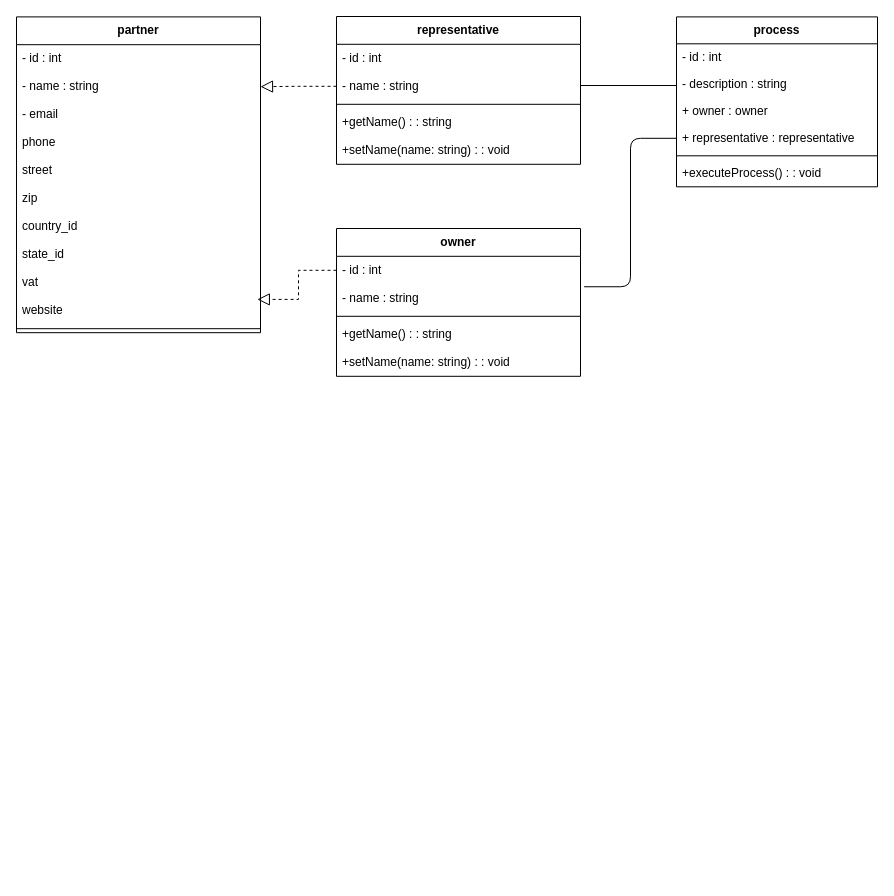
Before: ICS-Desoft.drawio in dayron-peeta/website_process_ics, a draw.io diagram. Source tidied: cells renumbered, new cells numbered last; positions are measured from the earlier drawing's top-left corner, leaving out a move shared by most shapes. Both pictures are drawn from the tidied source at 100%, with x=0, y=0 at pixel (16, 16).
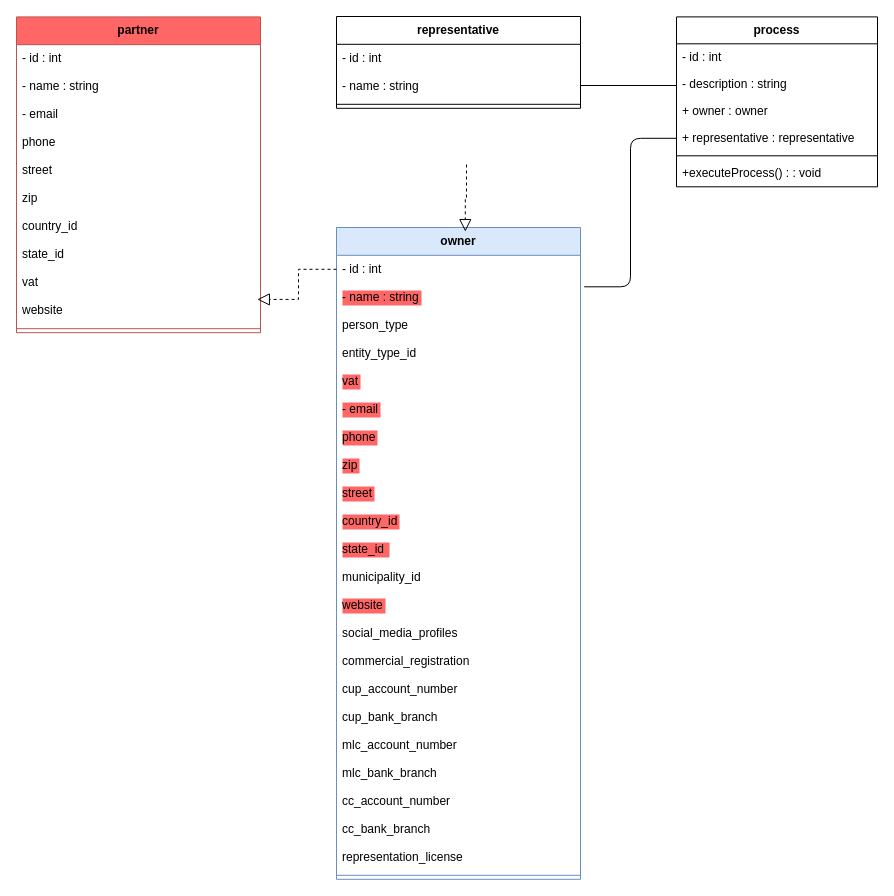
The same page after the edit.

The change refers to these unchanged cells:
```xml
<mxCell id="4" value="- name : string" style="text;strokeColor=none;fillColor=none;align=left;verticalAlign=top;spacingLeft=4;spacingRight=4;overflow=hidden;points=[[0,0.5],[1,0.5]];portConstraint=eastwest;" parent="2" vertex="1">
  <mxGeometry y="55.8" width="244" height="28" as="geometry" />
</mxCell>
<mxCell id="16" value="- name : string" style="text;strokeColor=none;fillColor=none;align=left;verticalAlign=top;spacingLeft=4;spacingRight=4;overflow=hidden;points=[[0,0.5],[1,0.5]];portConstraint=eastwest;" parent="14" vertex="1">
  <mxGeometry y="55.8" width="244" height="28" as="geometry" />
</mxCell>
<mxCell id="31" value="+ representative : representative" style="text;strokeColor=none;fillColor=none;align=left;verticalAlign=top;spacingLeft=4;spacingRight=4;overflow=hidden;points=[[0,0.5],[1,0.5]];portConstraint=eastwest;" parent="27" vertex="1">
  <mxGeometry y="107.9" width="201" height="27" as="geometry" />
</mxCell>
```

The edit, as a diff of the source:
```diff
@@
     <mxCell id="2" value="representative" style="swimlane;fontStyle=1;align=center;verticalAlign=top;horizontal=1;startSize=27.8;" parent="1" vertex="1">
-      <mxGeometry x="320" width="244" height="147.8" as="geometry" />
+      <mxGeometry x="320" width="244" height="91.8" as="geometry" />
     </mxCell>
@@
-    <mxCell id="6" value="+getName() : : string" style="text;strokeColor=none;fillColor=none;align=left;verticalAlign=top;spacingLeft=4;spacingRight=4;overflow=hidden;" parent="2" vertex="1">
-      <mxGeometry y="91.8" width="244" height="28" as="geometry" />
-    </mxCell>
-    <mxCell id="7" value="+setName(name: string) : : void" style="text;strokeColor=none;fillColor=none;align=left;verticalAlign=top;spacingLeft=4;spacingRight=4;overflow=hidden;" parent="2" vertex="1">
-      <mxGeometry y="119.8" width="244" height="28" as="geometry" />
-    </mxCell>
-    <mxCell id="8" value="owner" style="swimlane;fontStyle=1;align=center;verticalAlign=top;horizontal=1;startSize=27.8;" parent="1" vertex="1">
-      <mxGeometry x="320" y="212" width="244" height="147.8" as="geometry" />
+    <mxCell id="8" value="owner" style="swimlane;fontStyle=1;align=center;verticalAlign=top;horizontal=1;startSize=27.8;fillColor=#dae8fc;strokeColor=#6c8ebf;" parent="1" vertex="1">
+      <mxGeometry x="320" y="211" width="244" height="651.8" as="geometry" />
     </mxCell>
@@
-    <mxCell id="10" value="- name : string" style="text;strokeColor=none;fillColor=none;align=left;verticalAlign=top;spacingLeft=4;spacingRight=4;overflow=hidden;points=[[0,0.5],[1,0.5]];portConstraint=eastwest;" parent="8" vertex="1">
+    <mxCell id="10" value="- name : string" style="text;strokeColor=none;fillColor=none;align=left;verticalAlign=top;spacingLeft=4;spacingRight=4;overflow=hidden;points=[[0,0.5],[1,0.5]];portConstraint=eastwest;fontColor=#000000;labelBackgroundColor=#FF6666;" parent="8" vertex="1">
       <mxGeometry y="55.8" width="244" height="28" as="geometry" />
     </mxCell>
+    <mxCell id="37" value="person_type" style="text;strokeColor=none;fillColor=none;align=left;verticalAlign=top;spacingLeft=4;spacingRight=4;overflow=hidden;" parent="8" vertex="1">
+      <mxGeometry y="83.8" width="244" height="28" as="geometry" />
+    </mxCell>
+    <mxCell id="38" value="entity_type_id" style="text;strokeColor=none;fillColor=none;align=left;verticalAlign=top;spacingLeft=4;spacingRight=4;overflow=hidden;" parent="8" vertex="1">
+      <mxGeometry y="111.8" width="244" height="28" as="geometry" />
+    </mxCell>
+    <mxCell id="39" value="vat" style="text;strokeColor=none;fillColor=none;align=left;verticalAlign=top;spacingLeft=4;spacingRight=4;overflow=hidden;fontColor=#000000;labelBackgroundColor=#FF6666;" parent="8" vertex="1">
+      <mxGeometry y="139.8" width="244" height="28" as="geometry" />
+    </mxCell>
+    <mxCell id="40" value="- email" style="text;strokeColor=none;fillColor=none;align=left;verticalAlign=top;spacingLeft=4;spacingRight=4;overflow=hidden;fontColor=#000000;labelBackgroundColor=#FF6666;" parent="8" vertex="1">
+      <mxGeometry y="167.8" width="244" height="28" as="geometry" />
+    </mxCell>
+    <mxCell id="41" value="phone" style="text;strokeColor=none;fillColor=none;align=left;verticalAlign=top;spacingLeft=4;spacingRight=4;overflow=hidden;fontColor=#000000;labelBackgroundColor=#ff6666;" parent="8" vertex="1">
+      <mxGeometry y="195.8" width="244" height="28" as="geometry" />
+    </mxCell>
+    <mxCell id="42" value="zip" style="text;strokeColor=none;fillColor=none;align=left;verticalAlign=top;spacingLeft=4;spacingRight=4;overflow=hidden;fontColor=#000000;labelBackgroundColor=#FF6666;" parent="8" vertex="1">
+      <mxGeometry y="223.8" width="244" height="28" as="geometry" />
+    </mxCell>
+    <mxCell id="43" value="street" style="text;strokeColor=none;fillColor=none;align=left;verticalAlign=top;spacingLeft=4;spacingRight=4;overflow=hidden;fontColor=#000000;labelBackgroundColor=#ff6666;" parent="8" vertex="1">
+      <mxGeometry y="251.8" width="244" height="28" as="geometry" />
+    </mxCell>
+    <mxCell id="44" value="country_id" style="text;strokeColor=none;fillColor=none;align=left;verticalAlign=top;spacingLeft=4;spacingRight=4;overflow=hidden;fontColor=#000000;labelBackgroundColor=#FF6666;" parent="8" vertex="1">
+      <mxGeometry y="279.8" width="244" height="28" as="geometry" />
+    </mxCell>
+    <mxCell id="45" value="state_id " style="text;strokeColor=none;fillColor=none;align=left;verticalAlign=top;spacingLeft=4;spacingRight=4;overflow=hidden;fontColor=#000000;labelBackgroundColor=#FF6666;" parent="8" vertex="1">
+      <mxGeometry y="307.8" width="244" height="28" as="geometry" />
+    </mxCell>
+    <mxCell id="46" value="municipality_id" style="text;strokeColor=none;fillColor=none;align=left;verticalAlign=top;spacingLeft=4;spacingRight=4;overflow=hidden;" parent="8" vertex="1">
+      <mxGeometry y="335.8" width="244" height="28" as="geometry" />
+    </mxCell>
+    <mxCell id="47" value="website" style="text;strokeColor=none;fillColor=none;align=left;verticalAlign=top;spacingLeft=4;spacingRight=4;overflow=hidden;fontColor=#000000;labelBackgroundColor=#FF6666;glass=0;" parent="8" vertex="1">
+      <mxGeometry y="363.8" width="244" height="28" as="geometry" />
+    </mxCell>
+    <mxCell id="48" value="social_media_profiles" style="text;strokeColor=none;fillColor=none;align=left;verticalAlign=top;spacingLeft=4;spacingRight=4;overflow=hidden;" parent="8" vertex="1">
+      <mxGeometry y="391.8" width="244" height="28" as="geometry" />
+    </mxCell>
+    <mxCell id="49" value="commercial_registration" style="text;strokeColor=none;fillColor=none;align=left;verticalAlign=top;spacingLeft=4;spacingRight=4;overflow=hidden;" parent="8" vertex="1">
+      <mxGeometry y="419.8" width="244" height="28" as="geometry" />
+    </mxCell>
+    <mxCell id="50" value="cup_account_number" style="text;strokeColor=none;fillColor=none;align=left;verticalAlign=top;spacingLeft=4;spacingRight=4;overflow=hidden;" parent="8" vertex="1">
+      <mxGeometry y="447.8" width="244" height="28" as="geometry" />
+    </mxCell>
+    <mxCell id="51" value="cup_bank_branch" style="text;strokeColor=none;fillColor=none;align=left;verticalAlign=top;spacingLeft=4;spacingRight=4;overflow=hidden;" parent="8" vertex="1">
+      <mxGeometry y="475.8" width="244" height="28" as="geometry" />
+    </mxCell>
+    <mxCell id="52" value="mlc_account_number" style="text;strokeColor=none;fillColor=none;align=left;verticalAlign=top;spacingLeft=4;spacingRight=4;overflow=hidden;" parent="8" vertex="1">
+      <mxGeometry y="503.8" width="244" height="28" as="geometry" />
+    </mxCell>
+    <mxCell id="53" value="mlc_bank_branch" style="text;strokeColor=none;fillColor=none;align=left;verticalAlign=top;spacingLeft=4;spacingRight=4;overflow=hidden;" parent="8" vertex="1">
+      <mxGeometry y="531.8" width="244" height="28" as="geometry" />
+    </mxCell>
+    <mxCell id="54" value="cc_account_number" style="text;strokeColor=none;fillColor=none;align=left;verticalAlign=top;spacingLeft=4;spacingRight=4;overflow=hidden;" parent="8" vertex="1">
+      <mxGeometry y="559.8" width="244" height="28" as="geometry" />
+    </mxCell>
+    <mxCell id="55" value="cc_bank_branch" style="text;strokeColor=none;fillColor=none;align=left;verticalAlign=top;spacingLeft=4;spacingRight=4;overflow=hidden;" parent="8" vertex="1">
+      <mxGeometry y="587.8" width="244" height="28" as="geometry" />
+    </mxCell>
+    <mxCell id="56" value="representation_license" style="text;strokeColor=none;fillColor=none;align=left;verticalAlign=top;spacingLeft=4;spacingRight=4;overflow=hidden;" parent="8" vertex="1">
+      <mxGeometry y="615.8" width="244" height="28" as="geometry" />
+    </mxCell>
     <mxCell id="11" style="line;strokeWidth=1;fillColor=none;align=left;verticalAlign=middle;spacingTop=-1;spacingLeft=3;spacingRight=3;labelPosition=right;strokeColor=inherit;" parent="8" vertex="1">
-      <mxGeometry y="83.8" width="244" height="8" as="geometry" />
+      <mxGeometry y="643.8" width="244" height="8" as="geometry" />
     </mxCell>
-    <mxCell id="12" value="+getName() : : string" style="text;strokeColor=none;fillColor=none;align=left;verticalAlign=top;spacingLeft=4;spacingRight=4;overflow=hidden;" parent="8" vertex="1">
-      <mxGeometry y="91.8" width="244" height="28" as="geometry" />
-    </mxCell>
-    <mxCell id="13" value="+setName(name: string) : : void" style="text;strokeColor=none;fillColor=none;align=left;verticalAlign=top;spacingLeft=4;spacingRight=4;overflow=hidden;" parent="8" vertex="1">
-      <mxGeometry y="119.8" width="244" height="28" as="geometry" />
-    </mxCell>
-    <mxCell id="14" value="partner" style="swimlane;fontStyle=1;align=center;verticalAlign=top;horizontal=1;startSize=27.8;strokeColor=#000000;" parent="1" vertex="1">
+    <mxCell id="14" value="partner" style="swimlane;fontStyle=1;align=center;verticalAlign=top;horizontal=1;startSize=27.8;strokeColor=#b85450;fillColor=#FF6666;" parent="1" vertex="1">
       <mxGeometry y="0.4" width="244" height="315.8" as="geometry" />
     </mxCell>
@@
-    <mxCell id="34" style="startArrow=none;endArrow=none;exitX=0;exitY=0.5;entryX=1.015;entryY=0.088;exitDx=0;exitDy=0;entryDx=0;entryDy=0;entryPerimeter=0;edgeStyle=elbowEdgeStyle;rounded=1;curved=0;" parent="1" edge="1" source="31" target="10">
-      <mxGeometry relative="1" as="geometry" />
+    <mxCell id="34" style="startArrow=none;endArrow=none;exitX=0;exitY=0.5;entryX=1.015;entryY=0.088;exitDx=0;exitDy=0;entryDx=0;entryDy=0;entryPerimeter=0;edgeStyle=elbowEdgeStyle;rounded=1;curved=0;" parent="1" edge="1" source="31">
+      <mxGeometry relative="1" as="geometry">
+        <mxPoint x="567.7" y="270.3" as="targetPoint" />
+      </mxGeometry>
     </mxCell>
-    <mxCell id="35" style="edgeStyle=orthogonalEdgeStyle;rounded=0;jettySize=auto;html=1;endArrow=block;endFill=0;sourcePerimeterSpacing=0;targetPerimeterSpacing=0;endSize=10;startSize=6;dashed=1;entryX=1;entryY=0.5;entryDx=0;entryDy=0;" parent="1" edge="1" source="4" target="16">
-      <mxGeometry relative="1" as="geometry" />
+    <mxCell id="35" style="edgeStyle=orthogonalEdgeStyle;rounded=0;orthogonalLoop=1;jettySize=auto;html=1;endArrow=block;endFill=0;sourcePerimeterSpacing=0;targetPerimeterSpacing=0;endSize=10;startSize=6;dashed=1;entryX=0.528;entryY=0.005;entryDx=0;entryDy=0;entryPerimeter=0;" parent="1" edge="1">
+      <mxGeometry relative="1" as="geometry">
+        <mxPoint x="450" y="148" as="sourcePoint" />
+        <mxPoint x="448.8" y="215.1" as="targetPoint" />
+        <Array as="points">
+          <mxPoint x="450" y="182" />
+          <mxPoint x="449" y="182" />
+        </Array>
+      </mxGeometry>
     </mxCell>
```
